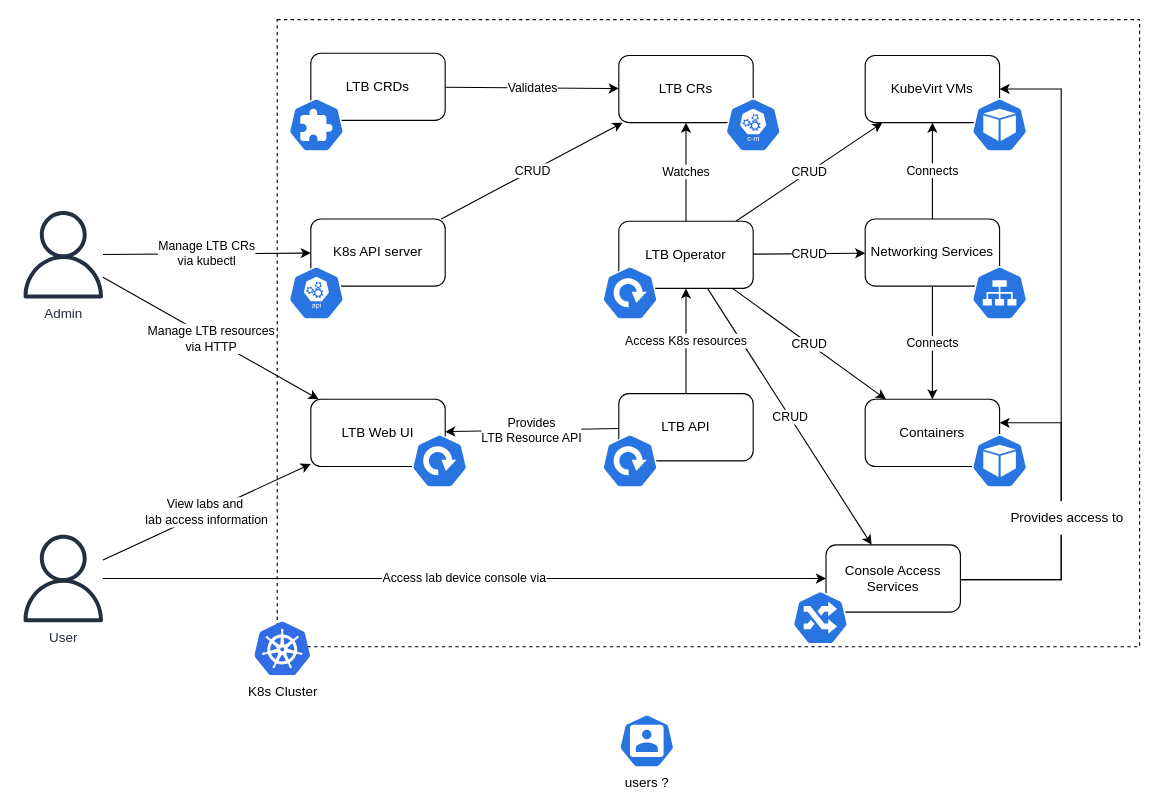
Earlier version of the draw.io diagram docs/assets/drawings/LTB-Architecture.drawio (Lab-Topology-Builder/LTB-K8s-Backend). Source tidied: cells renumbered, new cells numbered last; positions are measured from the earlier drawing's top-left corner, leaving out a move shared by most shapes. Both pictures are drawn from the tidied source at 112%, with x=0, y=0 at pixel (19, 19).
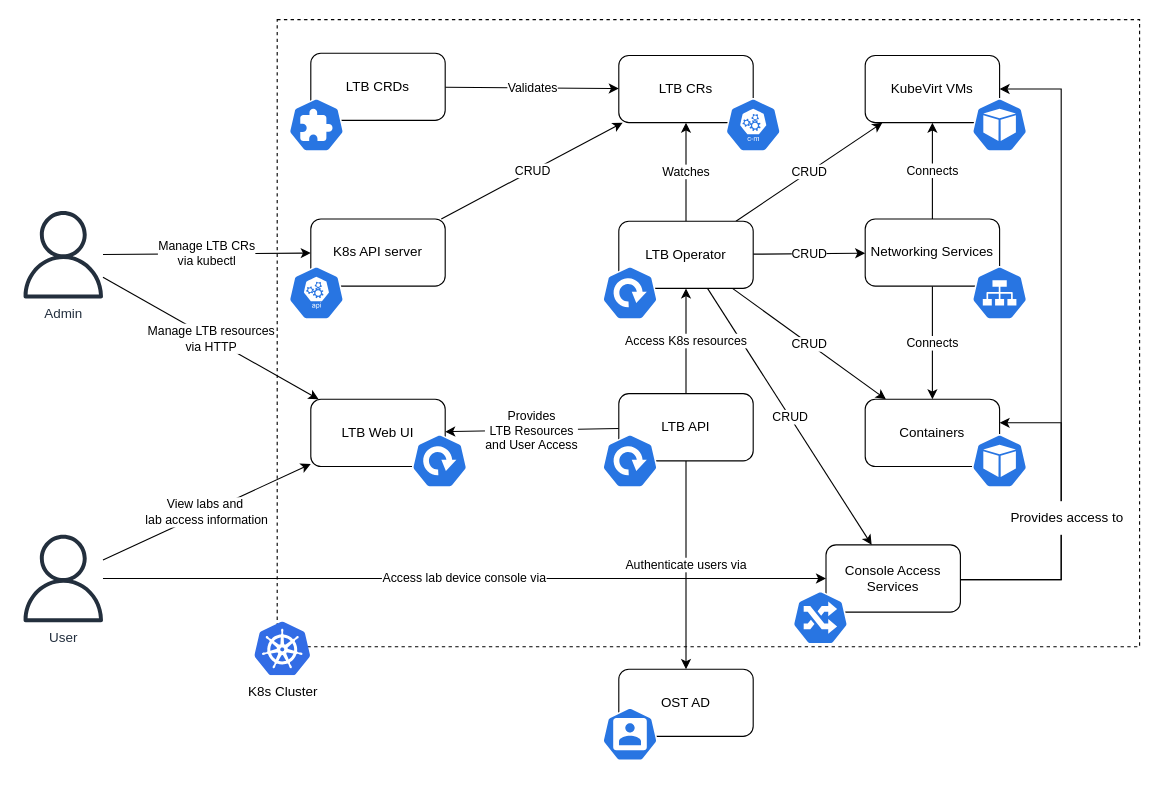
After the change.

Commit message (it also covers changes not shown here):
Update architecture design

The change refers to these unchanged cells:
```xml
<mxCell id="22" value="LTB API" style="rounded=1;whiteSpace=wrap;html=1;fillColor=default;" parent="1" vertex="1">
  <mxGeometry x="535" y="334" width="120" height="60" as="geometry" />
</mxCell>
<mxCell id="23" value="LTB Web UI" style="rounded=1;whiteSpace=wrap;html=1;fillColor=default;" parent="1" vertex="1">
  <mxGeometry x="260" y="339" width="120" height="60" as="geometry" />
</mxCell>
```

What changed in the source:
```diff
@@
-    <mxCell id="20" value="Provides&lt;br&gt;LTB Resource API" style="edgeStyle=none;rounded=0;jettySize=auto;html=1;" parent="1" edge="1" source="22" target="23">
+    <mxCell id="20" value="Provides&lt;br&gt;LTB Resources&lt;br&gt;and User Access" style="edgeStyle=none;rounded=0;jettySize=auto;html=1;" parent="1" edge="1" source="22" target="23">
       <mxGeometry relative="1" as="geometry" />
     </mxCell>
@@
+    <mxCell id="45" value="Authenticate users via" style="edgeStyle=orthogonalEdgeStyle;rounded=0;jettySize=auto;html=1;" parent="1" edge="1" source="22" target="47">
+      <mxGeometry relative="1" as="geometry" />
+    </mxCell>
@@
+    <mxCell id="44" style="sketch=0;html=1;dashed=0;whitespace=wrap;fillColor=#2875E2;strokeColor=#ffffff;verticalLabelPosition=bottom;align=center;verticalAlign=top;shape=mxgraph.kubernetes.icon;prIcon=c_m;rounded=0;" parent="1" vertex="1">
+      <mxGeometry x="630" y="70" width="50" height="48" as="geometry" />
+    </mxCell>
+    <mxCell id="46" style="group;" parent="1" vertex="1">
+      <mxGeometry x="520" y="580" width="135" height="82" as="geometry" />
+    </mxCell>
+    <mxCell id="47" value="OST AD" style="rounded=1;whiteSpace=wrap;html=1;" parent="46" vertex="1">
+      <mxGeometry x="15" width="120" height="60" as="geometry" />
+    </mxCell>
-    <mxCell id="43" value="users ?" style="sketch=0;html=1;dashed=0;whitespace=wrap;fillColor=#2875E2;strokeColor=#ffffff;verticalLabelPosition=bottom;align=center;verticalAlign=top;shape=mxgraph.kubernetes.icon;prIcon=user;rounded=0;" parent="1" vertex="1">
-      <mxGeometry x="535" y="620" width="50" height="48" as="geometry" />
+    <mxCell id="43" style="sketch=0;html=1;dashed=0;whitespace=wrap;fillColor=#2875E2;strokeColor=#ffffff;verticalLabelPosition=bottom;align=center;verticalAlign=top;shape=mxgraph.kubernetes.icon;prIcon=user;rounded=0;" parent="46" vertex="1">
+      <mxGeometry y="34" width="50" height="48" as="geometry" />
     </mxCell>
-    <mxCell id="44" style="sketch=0;html=1;dashed=0;whitespace=wrap;fillColor=#2875E2;strokeColor=#ffffff;verticalLabelPosition=bottom;align=center;verticalAlign=top;shape=mxgraph.kubernetes.icon;prIcon=c_m;rounded=0;" parent="1" vertex="1">
-      <mxGeometry x="630" y="70" width="50" height="48" as="geometry" />
-    </mxCell>
```
